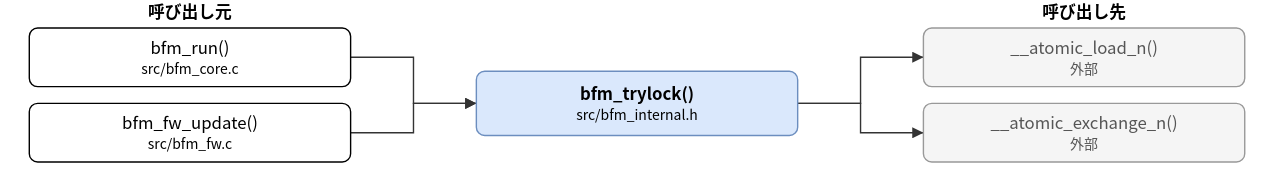
The draw.io diagram doc/spec/images/call_src_bfm_internal-bfm_trylock.drawio.svg in hf355051012-ai/bfmem, before a commit. Source tidied: cells renumbered, new cells last; positions are measured from the earlier drawing's top-left corner, leaving out a move shared by most shapes.
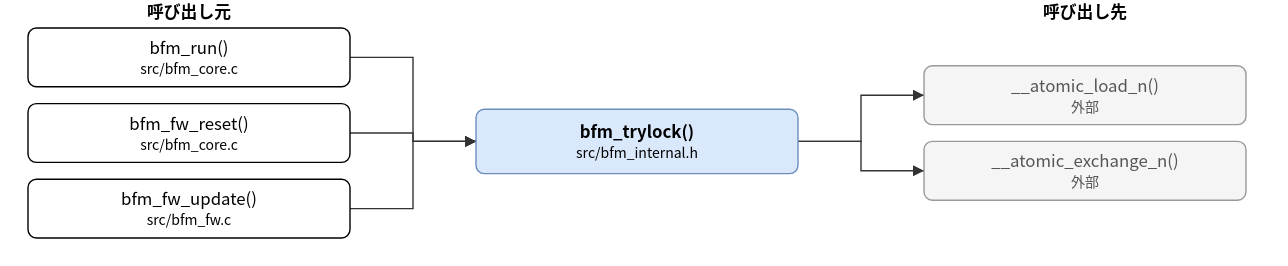
After the change.

The edit, as a diff of the source:
```diff
@@ -3,25 +3,28 @@
     <mxCell id="0" />
     <mxCell id="1" parent="0" />
     <mxCell id="2" value="bfm_trylock()&lt;br&gt;&lt;font style=&quot;font-size:10px&quot;&gt;src/bfm_internal.h&lt;/font&gt;" style="rounded=1;whiteSpace=wrap;html=1;fillColor=#dae8fc;strokeColor=#6c8ebf;fontStyle=1;" parent="1" vertex="1">
-      <mxGeometry x="320" y="51" width="230" height="46" as="geometry" />
+      <mxGeometry x="320" y="78" width="230" height="46" as="geometry" />
     </mxCell>
     <mxCell id="3" value="bfm_run()&lt;br&gt;&lt;font style=&quot;font-size:10px&quot;&gt;src/bfm_core.c&lt;/font&gt;" style="rounded=1;whiteSpace=wrap;html=1;" parent="1" vertex="1">
       <mxGeometry y="20" width="230" height="42" as="geometry" />
     </mxCell>
-    <mxCell id="4" value="bfm_fw_update()&lt;br&gt;&lt;font style=&quot;font-size:10px&quot;&gt;src/bfm_fw.c&lt;/font&gt;" style="rounded=1;whiteSpace=wrap;html=1;" parent="1" vertex="1">
+    <mxCell id="4" value="bfm_fw_reset()&lt;br&gt;&lt;font style=&quot;font-size:10px&quot;&gt;src/bfm_core.c&lt;/font&gt;" style="rounded=1;whiteSpace=wrap;html=1;" parent="1" vertex="1">
       <mxGeometry y="74" width="230" height="42" as="geometry" />
     </mxCell>
+    <mxCell id="13" value="bfm_fw_update()&lt;br&gt;&lt;font style=&quot;font-size:10px&quot;&gt;src/bfm_fw.c&lt;/font&gt;" style="rounded=1;whiteSpace=wrap;html=1;" parent="1" vertex="1">
+      <mxGeometry y="128" width="230" height="42" as="geometry" />
+    </mxCell>
     <mxCell id="5" value="__atomic_load_n()&lt;br&gt;&lt;font style=&quot;font-size:10px&quot;&gt;外部&lt;/font&gt;" style="rounded=1;whiteSpace=wrap;html=1;fillColor=#f5f5f5;strokeColor=#999999;fontColor=#555555;" parent="1" vertex="1">
-      <mxGeometry x="640" y="20" width="230" height="42" as="geometry" />
+      <mxGeometry x="640" y="47" width="230" height="42" as="geometry" />
     </mxCell>
     <mxCell id="6" value="__atomic_exchange_n()&lt;br&gt;&lt;font style=&quot;font-size:10px&quot;&gt;外部&lt;/font&gt;" style="rounded=1;whiteSpace=wrap;html=1;fillColor=#f5f5f5;strokeColor=#999999;fontColor=#555555;" parent="1" vertex="1">
-      <mxGeometry x="640" y="74" width="230" height="42" as="geometry" />
+      <mxGeometry x="640" y="101" width="230" height="42" as="geometry" />
     </mxCell>
     <mxCell id="7" style="edgeStyle=none;html=1;rounded=0;endArrow=block;endFill=1;exitX=1.0000;exitY=0.5000;exitDx=0;exitDy=0;exitPerimeter=0;entryX=0.0000;entryY=0.5000;entryDx=0;entryDy=0;entryPerimeter=0;" parent="1" edge="1" source="3" target="2">
       <mxGeometry relative="1" as="geometry">
         <Array as="points">
           <mxPoint x="275" y="41" />
-          <mxPoint x="275" y="74" />
+          <mxPoint x="275" y="101" />
         </Array>
       </mxGeometry>
     </mxCell>
@@ -29,26 +32,34 @@
       <mxGeometry relative="1" as="geometry">
         <Array as="points">
           <mxPoint x="275" y="95" />
-          <mxPoint x="275" y="74" />
+          <mxPoint x="275" y="101" />
         </Array>
       </mxGeometry>
     </mxCell>
-    <mxCell id="9" style="edgeStyle=none;html=1;rounded=0;endArrow=block;endFill=1;exitX=1.0000;exitY=0.5000;exitDx=0;exitDy=0;exitPerimeter=0;entryX=0.0000;entryY=0.5000;entryDx=0;entryDy=0;entryPerimeter=0;" parent="1" edge="1" source="2" target="5">
+    <mxCell id="9" style="edgeStyle=none;html=1;rounded=0;endArrow=block;endFill=1;exitX=1.0000;exitY=0.5000;exitDx=0;exitDy=0;exitPerimeter=0;entryX=0.0000;entryY=0.5000;entryDx=0;entryDy=0;entryPerimeter=0;" parent="1" edge="1" source="13" target="2">
       <mxGeometry relative="1" as="geometry">
         <Array as="points">
-          <mxPoint x="595" y="74" />
-          <mxPoint x="595" y="41" />
+          <mxPoint x="275" y="149" />
+          <mxPoint x="275" y="101" />
         </Array>
       </mxGeometry>
     </mxCell>
-    <mxCell id="10" style="edgeStyle=none;html=1;rounded=0;endArrow=block;endFill=1;exitX=1.0000;exitY=0.5000;exitDx=0;exitDy=0;exitPerimeter=0;entryX=0.0000;entryY=0.5000;entryDx=0;entryDy=0;entryPerimeter=0;" parent="1" edge="1" source="2" target="6">
+    <mxCell id="10" style="edgeStyle=none;html=1;rounded=0;endArrow=block;endFill=1;exitX=1.0000;exitY=0.5000;exitDx=0;exitDy=0;exitPerimeter=0;entryX=0.0000;entryY=0.5000;entryDx=0;entryDy=0;entryPerimeter=0;" parent="1" edge="1" source="2" target="5">
       <mxGeometry relative="1" as="geometry">
         <Array as="points">
-          <mxPoint x="595" y="74" />
-          <mxPoint x="595" y="95" />
+          <mxPoint x="595" y="101" />
+          <mxPoint x="595" y="68" />
         </Array>
       </mxGeometry>
     </mxCell>
+    <mxCell id="14" style="edgeStyle=none;html=1;rounded=0;endArrow=block;endFill=1;exitX=1.0000;exitY=0.5000;exitDx=0;exitDy=0;exitPerimeter=0;entryX=0.0000;entryY=0.5000;entryDx=0;entryDy=0;entryPerimeter=0;" parent="1" edge="1" source="2" target="6">
+      <mxGeometry relative="1" as="geometry">
+        <Array as="points">
+          <mxPoint x="595" y="101" />
+          <mxPoint x="595" y="122" />
+        </Array>
+      </mxGeometry>
+    </mxCell>
     <mxCell id="11" value="呼び出し元" style="text;html=1;align=center;fontStyle=1;" parent="1" vertex="1">
       <mxGeometry x="35" width="160" height="18" as="geometry" />
     </mxCell>
```
